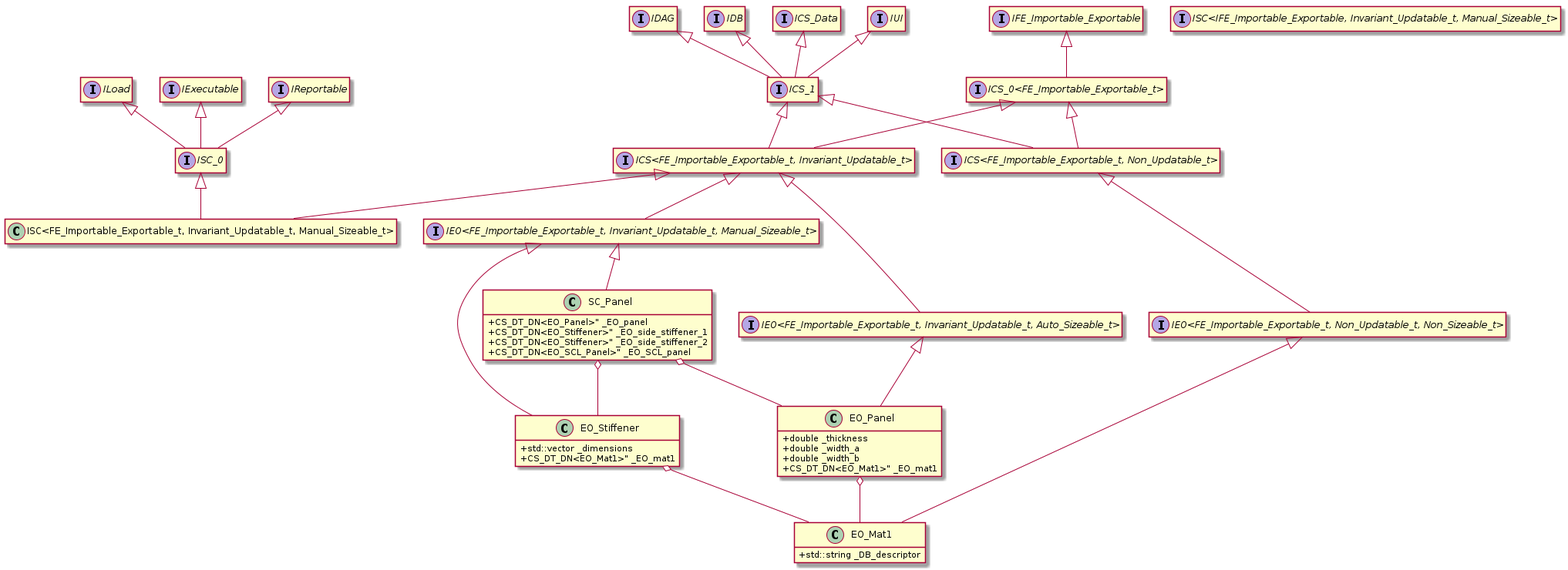
Earlier version of the PlantUML export uml/SC_Panel.png (BarisAlbayrakIEEE/StructuralAnalysis). Its source is kept beside it as uml/SC_Panel.puml.
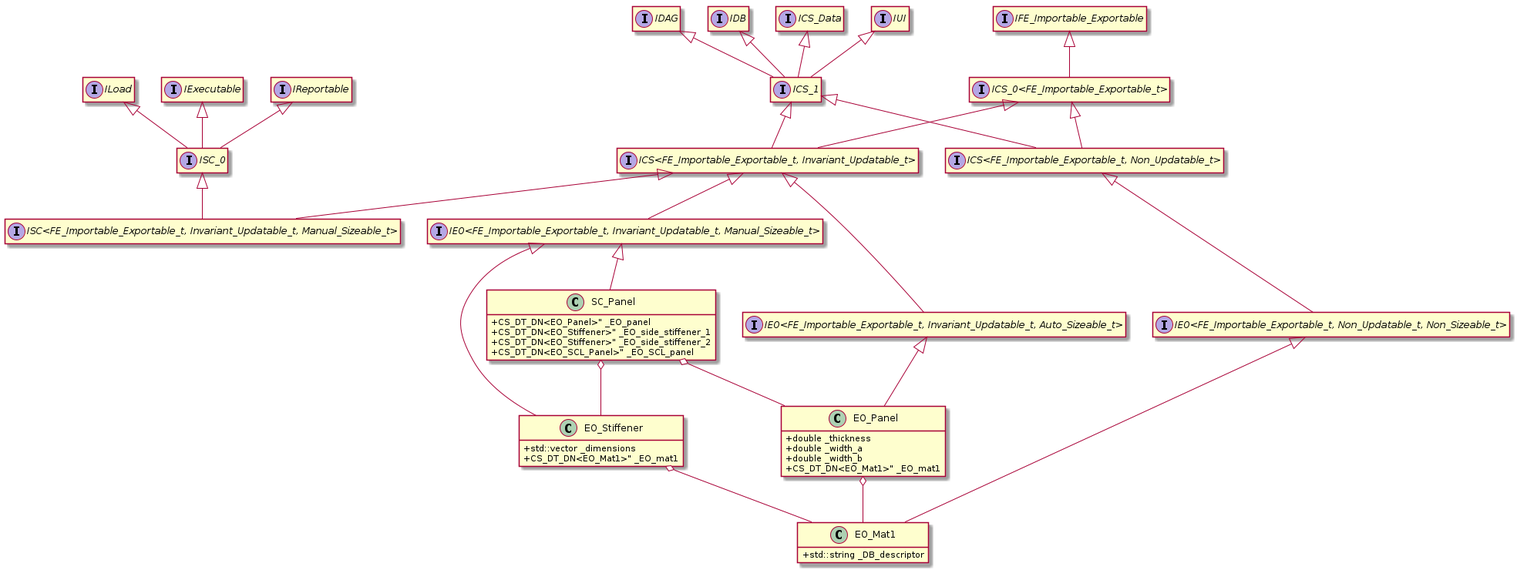
The same file after the commit.

Change to the diagram source:
```diff
@@ -18,7 +18,7 @@
 interface "IEO<FE_Importable_Exportable_t, Invariant_Updatable_t, Auto_Sizeable_t>"
 interface "IEO<FE_Importable_Exportable_t, Invariant_Updatable_t, Manual_Sizeable_t>"
 interface ISC_0
-interface "ISC<IFE_Importable_Exportable, Invariant_Updatable_t, Manual_Sizeable_t>"
+interface "ISC<FE_Importable_Exportable_t, Invariant_Updatable_t, Manual_Sizeable_t>"
 
 IFE_Importable_Exportable <|-- "ICS_0<FE_Importable_Exportable_t>"
 
```
